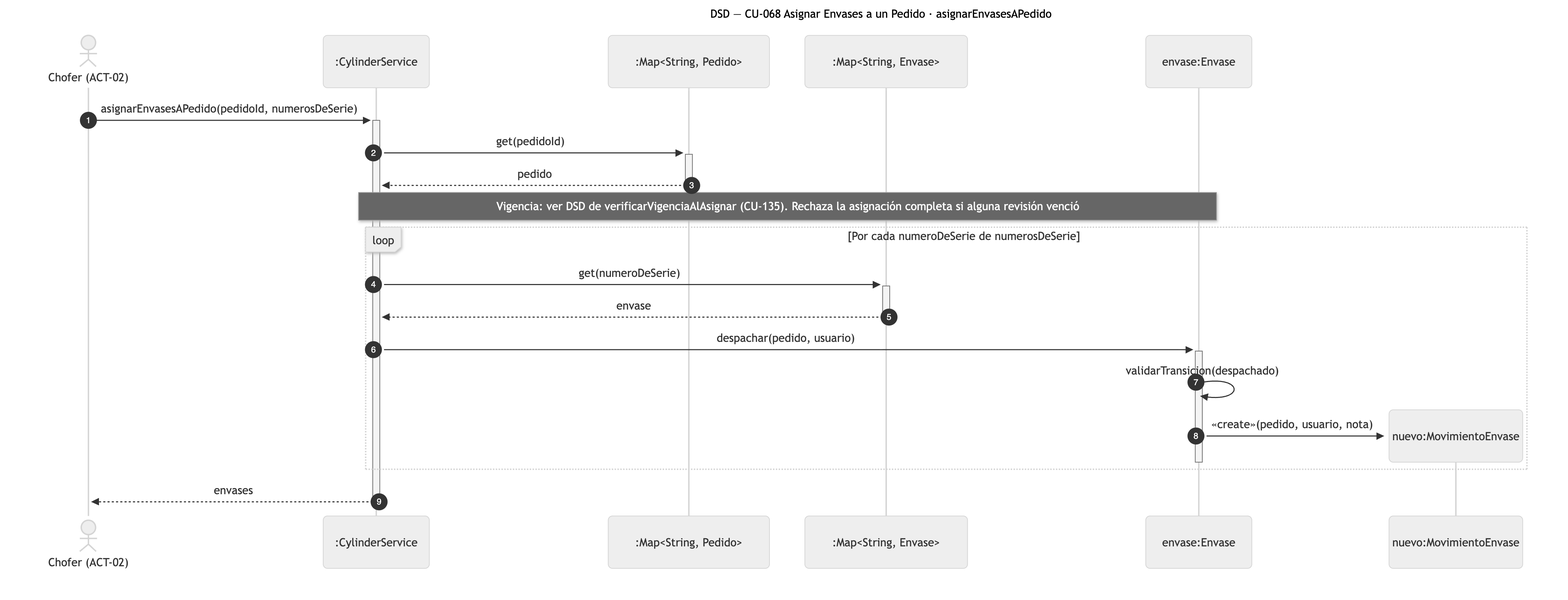
The Mermaid diagram diagramas/png/DSD_CU-068_asignarEnvasesAPedido.png in Nahuelito-Dev/splg-docs, before a commit. Its source is kept beside it as diagramas/DSD_CU-068_asignarEnvasesAPedido.mmd.
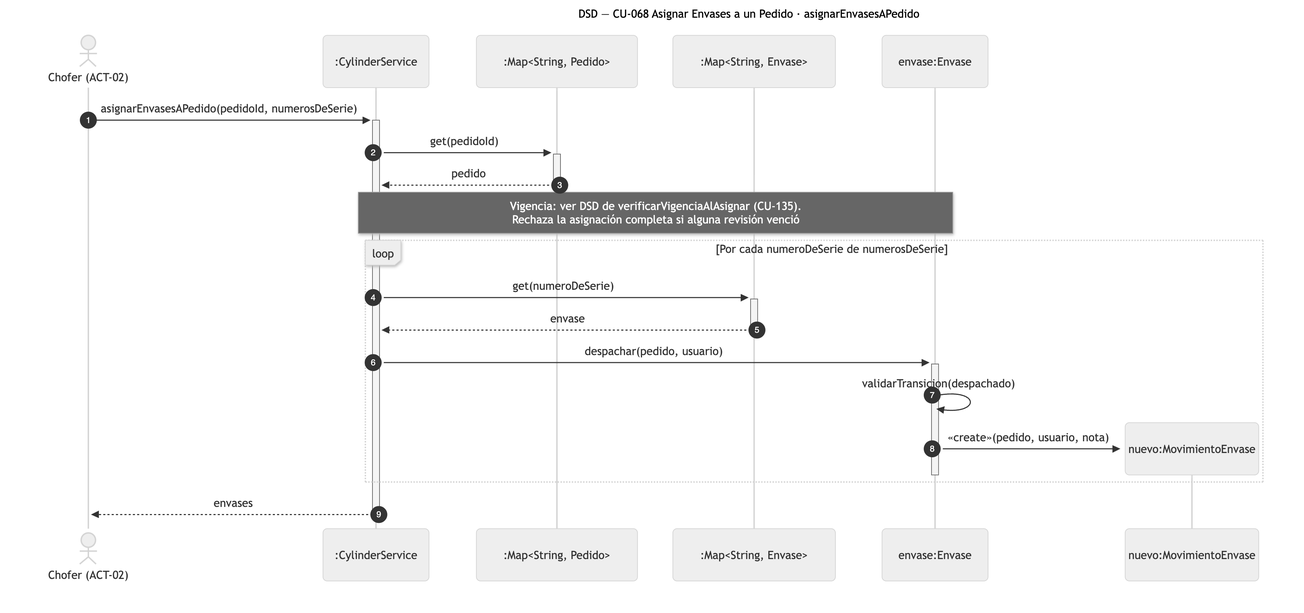
The same file after the commit.

The edit, as a diff of the source:
```diff
@@ -10,7 +10,7 @@
     CHF->>+SRV: asignarEnvasesAPedido(pedidoId, numerosDeSerie)
     SRV->>+PEDS: get(pedidoId)
     PEDS-->>-SRV: pedido
-    Note over SRV,ENV: Vigencia: ver DSD de verificarVigenciaAlAsignar (CU-135). Rechaza la asignación completa si alguna revisión venció
+    Note over SRV,ENV: Vigencia: ver DSD de verificarVigenciaAlAsignar (CU-135).<br/>Rechaza la asignación completa si alguna revisión venció
     loop Por cada numeroDeSerie de numerosDeSerie
         SRV->>+ENVS: get(numeroDeSerie)
         ENVS-->>-SRV: envase
```
